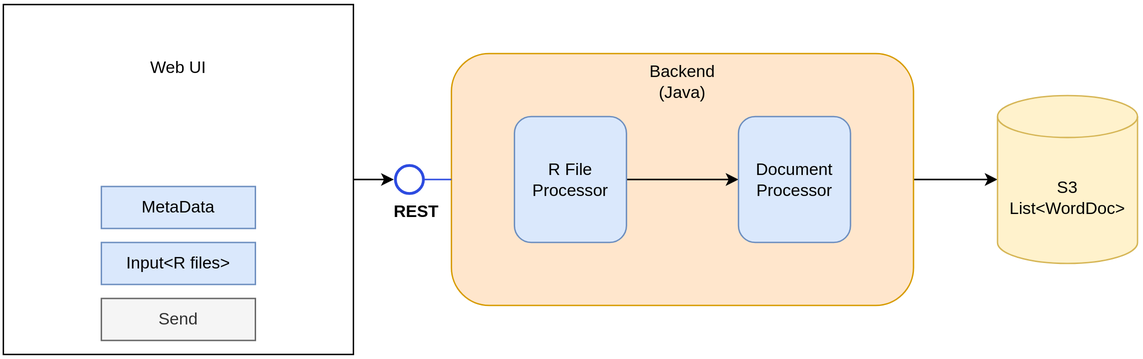
The draw.io diagram docs/Diagram.svg in ogcons/r-extruder, before a commit. Source tidied: cells renumbered, new cells last; positions are measured from the earlier drawing's top-left corner, leaving out a move shared by most shapes.
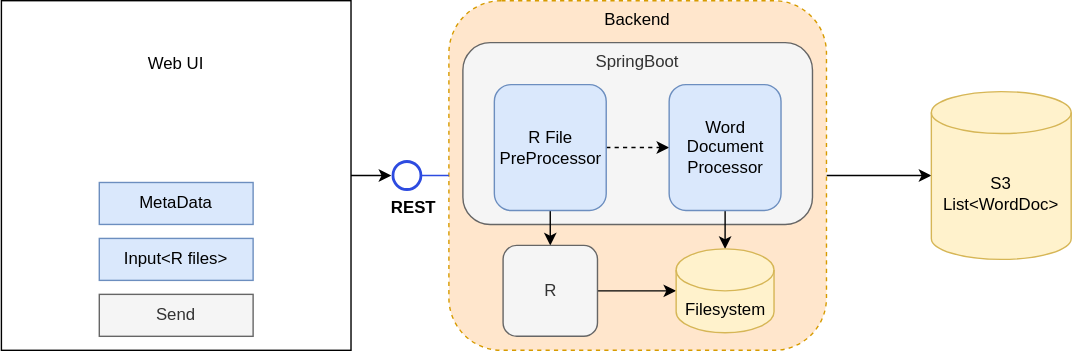
The same file after the commit.

Commit message:
DEV-309: changed diagram

Change to the diagram source:
```diff
@@ -20,29 +20,20 @@
     <mxCell id="7" style="edgeStyle=orthogonalEdgeStyle;rounded=0;jettySize=auto;html=1;exitX=1;exitY=0.5;exitDx=0;exitDy=0;" parent="1" edge="1" source="8" target="13">
       <mxGeometry relative="1" as="geometry" />
     </mxCell>
-    <mxCell id="8" style="rounded=1;whiteSpace=wrap;html=1;fillColor=#ffe6cc;strokeColor=#d79b00;" parent="1" vertex="1">
-      <mxGeometry x="320" y="35" width="330" height="180" as="geometry" />
+    <mxCell id="8" value="Backend" style="rounded=1;whiteSpace=wrap;html=1;fillColor=#ffe6cc;strokeColor=#d79b00;verticalAlign=top;dashed=1;" parent="1" vertex="1">
+      <mxGeometry x="320" width="270" height="250" as="geometry" />
     </mxCell>
-    <mxCell id="9" value="Backend&lt;br&gt;(Java)" style="rounded=1;whiteSpace=wrap;html=1;fillColor=none;strokeColor=none;" parent="1" vertex="1">
-      <mxGeometry x="445" y="35" width="80" height="40" as="geometry" />
-    </mxCell>
-    <mxCell id="10" style="edgeStyle=orthogonalEdgeStyle;rounded=0;jettySize=auto;html=1;entryX=0;entryY=0.5;entryDx=0;entryDy=0;" parent="1" edge="1" source="11" target="12">
-      <mxGeometry relative="1" as="geometry" />
-    </mxCell>
-    <mxCell id="11" value="R File&lt;br&gt;Processor" style="rounded=1;whiteSpace=wrap;html=1;fillColor=#dae8fc;strokeColor=#6c8ebf;" parent="1" vertex="1">
-      <mxGeometry x="365" y="80" width="80" height="90" as="geometry" />
-    </mxCell>
-    <mxCell id="12" value="Document&lt;br&gt;Processor" style="rounded=1;whiteSpace=wrap;html=1;fillColor=#dae8fc;strokeColor=#6c8ebf;" parent="1" vertex="1">
-      <mxGeometry x="525" y="80" width="80" height="90" as="geometry" />
-    </mxCell>
     <mxCell id="13" value="S3&lt;br&gt;List&amp;lt;WordDoc&amp;gt;" style="shape=cylinder3;whiteSpace=wrap;html=1;boundedLbl=1;backgroundOutline=1;size=15;fillColor=#fff2cc;strokeColor=#d6b656;" parent="1" vertex="1">
-      <mxGeometry x="710" y="65" width="100" height="120" as="geometry" />
+      <mxGeometry x="665" y="65" width="100" height="120" as="geometry" />
     </mxCell>
     <mxCell id="14" style="edgeStyle=orthogonalEdgeStyle;rounded=0;jettySize=auto;html=1;endArrow=none;endFill=0;strokeColor=#2D4BE0;" parent="1" edge="1" source="15">
       <mxGeometry relative="1" as="geometry">
         <mxPoint x="310" y="125" as="targetPoint" />
       </mxGeometry>
     </mxCell>
+    <mxCell id="18" value="SpringBoot" style="rounded=1;whiteSpace=wrap;html=1;fillColor=#f5f5f5;strokeColor=#666666;fontColor=#333333;verticalAlign=top;" parent="1" vertex="1">
+      <mxGeometry x="330" y="30" width="250" height="130" as="geometry" />
+    </mxCell>
     <mxCell id="15" style="ellipse;whiteSpace=wrap;html=1;strokeColor=#2D4BE0;strokeWidth=2;" parent="1" vertex="1">
       <mxGeometry x="280" y="115" width="20" height="20" as="geometry" />
     </mxCell>
@@ -52,5 +43,29 @@
     <mxCell id="17" value="&lt;b&gt;REST&lt;/b&gt;" style="text;html=1;strokeColor=none;fillColor=none;align=center;verticalAlign=middle;whiteSpace=wrap;rounded=0;" parent="1" vertex="1">
       <mxGeometry x="270" y="135" width="50" height="25" as="geometry" />
     </mxCell>
+    <mxCell id="19" style="edgeStyle=orthogonalEdgeStyle;rounded=0;jettySize=auto;html=1;entryX=0.5;entryY=0;entryDx=0;entryDy=0;" parent="1" edge="1" source="11" target="22">
+      <mxGeometry relative="1" as="geometry" />
+    </mxCell>
+    <mxCell id="10" style="edgeStyle=orthogonalEdgeStyle;rounded=0;jettySize=auto;html=1;dashed=1;" parent="1" edge="1" source="11" target="12">
+      <mxGeometry relative="1" as="geometry" />
+    </mxCell>
+    <mxCell id="11" value="R File&lt;br&gt;PreProcessor" style="rounded=1;whiteSpace=wrap;html=1;fillColor=#dae8fc;strokeColor=#6c8ebf;" parent="1" vertex="1">
+      <mxGeometry x="352.5" y="60" width="80" height="90" as="geometry" />
+    </mxCell>
+    <mxCell id="20" style="edgeStyle=orthogonalEdgeStyle;rounded=0;jettySize=auto;html=1;entryX=0.5;entryY=0;entryDx=0;entryDy=0;entryPerimeter=0;" parent="1" edge="1" source="12" target="23">
+      <mxGeometry relative="1" as="geometry" />
+    </mxCell>
+    <mxCell id="12" value="Word&lt;br&gt;Document&lt;br&gt;Processor" style="rounded=1;whiteSpace=wrap;html=1;fillColor=#dae8fc;strokeColor=#6c8ebf;" parent="1" vertex="1">
+      <mxGeometry x="477.5" y="60" width="80" height="90" as="geometry" />
+    </mxCell>
+    <mxCell id="21" style="edgeStyle=orthogonalEdgeStyle;rounded=0;jettySize=auto;html=1;entryX=0;entryY=0.5;entryDx=0;entryDy=0;entryPerimeter=0;" parent="1" edge="1" source="22" target="23">
+      <mxGeometry relative="1" as="geometry" />
+    </mxCell>
+    <mxCell id="22" value="R" style="rounded=1;whiteSpace=wrap;html=1;fillColor=#f5f5f5;strokeColor=#666666;fontColor=#333333;verticalAlign=middle;" parent="1" vertex="1">
+      <mxGeometry x="358.8" y="175" width="67.5" height="65" as="geometry" />
+    </mxCell>
+    <mxCell id="23" value="Filesystem" style="shape=cylinder3;whiteSpace=wrap;html=1;boundedLbl=1;backgroundOutline=1;size=15;fillColor=#fff2cc;strokeColor=#d6b656;" parent="1" vertex="1">
+      <mxGeometry x="482.5" y="177.5" width="70" height="60" as="geometry" />
+    </mxCell>
   </root>
 </mxGraphModel>
```
